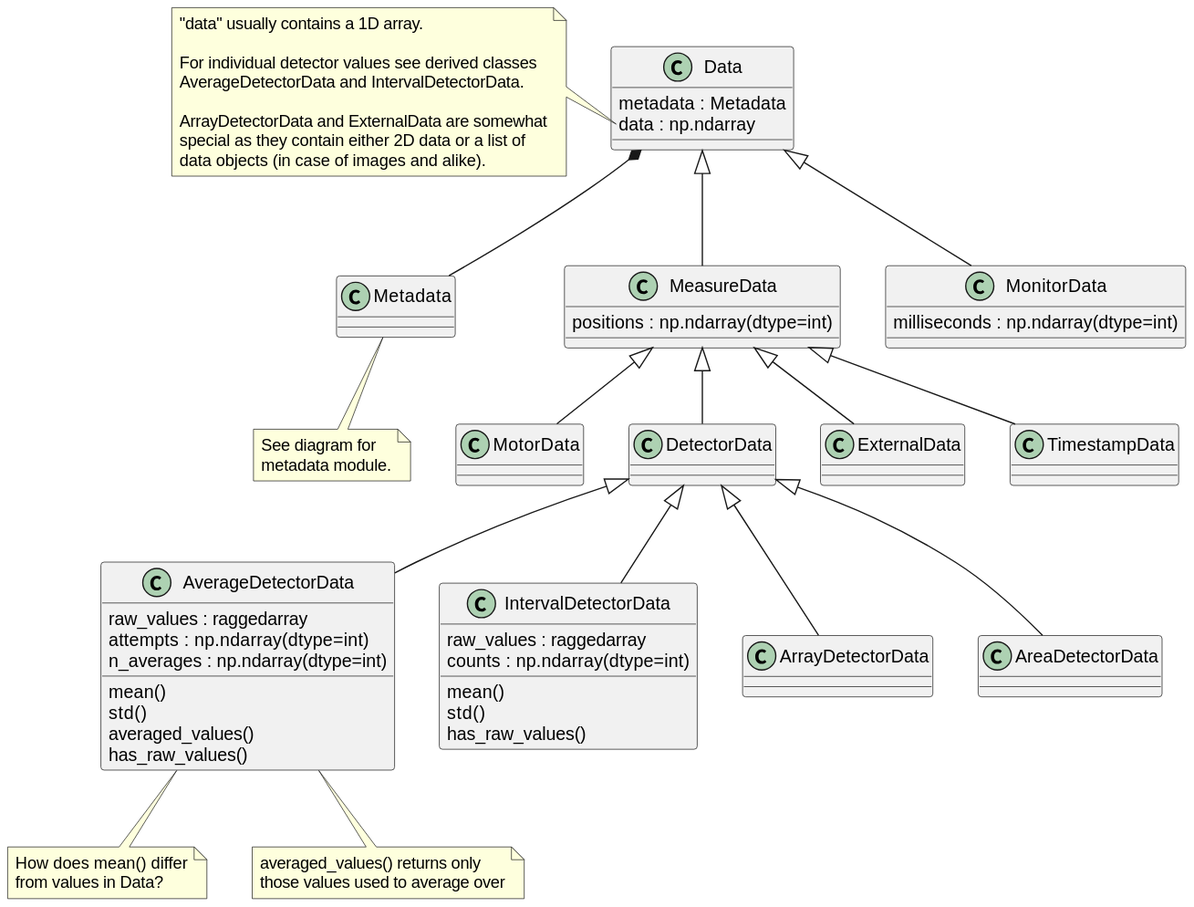
tillbiskup/evedata keeps this PlantUML diagram as docs/uml/evedata.evefile.data.svg. Above is the earlier version.
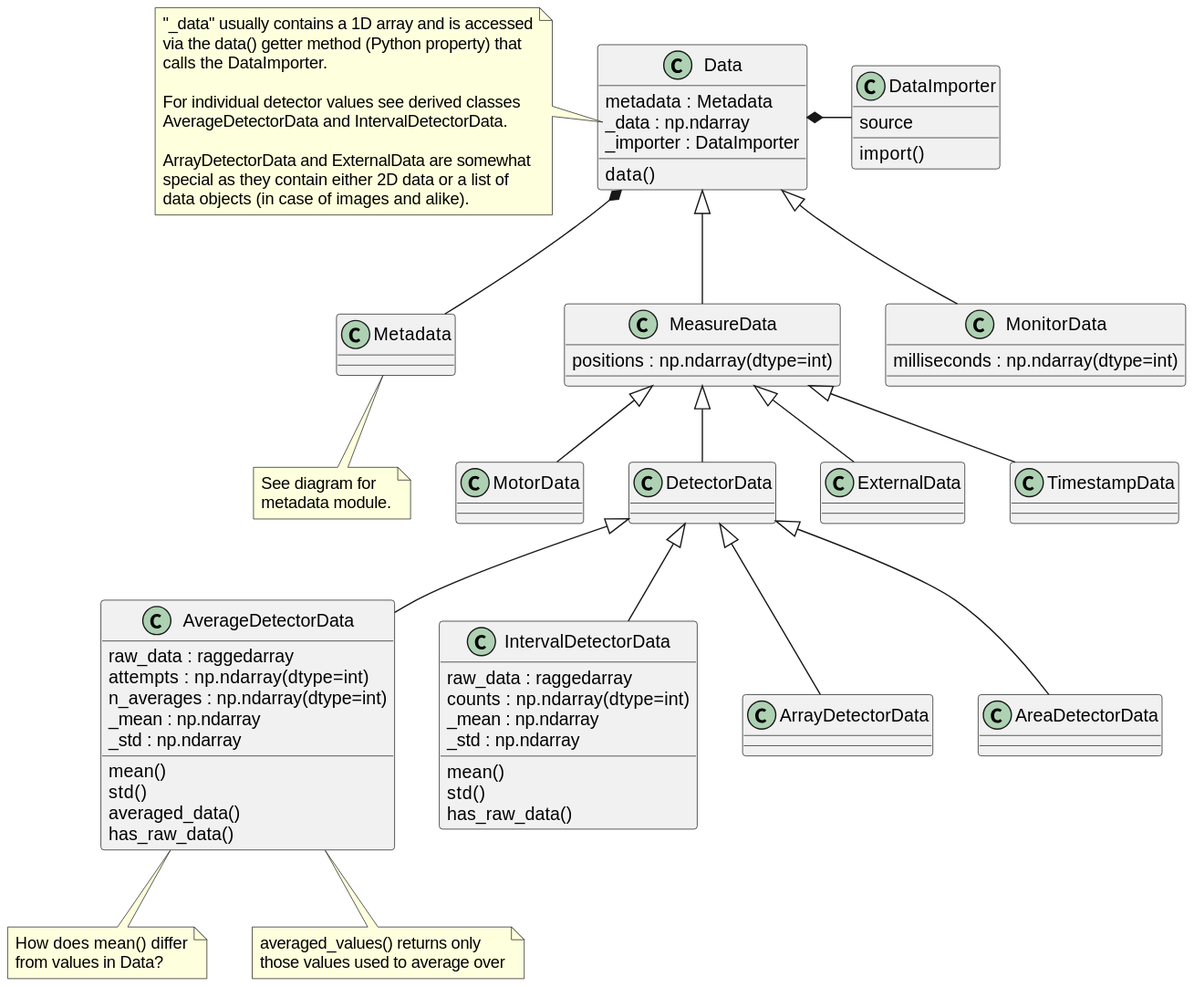
The same diagram one commit later.

Commit message:
Add DataImporter to evefile.data UML diagram

The edit, as a diff of the source:
```diff
@@ -2,10 +2,14 @@
 
 class Data {
     metadata : Metadata
-    data : np.ndarray
+    _data : np.ndarray
+    _importer : DataImporter
+    data()
 }
-note left of Data::data
-    "data" usually contains a 1D array.
+note left of Data::_data
+    "_data" usually contains a 1D array and is accessed
+    via the data() getter method (Python property) that
+    calls the DataImporter.
 
     For individual detector values see derived classes
     AverageDetectorData and IntervalDetectorData.
@@ -15,9 +19,17 @@
     data objects (in case of images and alike).
 end note
 
+class DataImporter {
+    source
+    import()
+}
+
 class Metadata {
 }
 note bottom: See diagram for\nmetadata module.
+
+Data *- DataImporter
+Data *-- Metadata
 
 class MeasureData extends Data {
     {field} positions : np.ndarray(dtype=int)
@@ -39,23 +51,27 @@
 }
 
 class AverageDetectorData extends DetectorData {
-    raw_values : raggedarray
+    raw_data : raggedarray
     {field} attempts : np.ndarray(dtype=int)
     {field} n_averages : np.ndarray(dtype=int)
+    _mean : np.ndarray
+    _std : np.ndarray
     mean()
     std()
-    averaged_values()
-    has_raw_values()
+    averaged_data()
+    has_raw_data()
 }
 note bottom: How does mean() differ\nfrom values in Data?
 note bottom of AverageDetectorData: averaged_values() returns only\nthose values used to average over
 
 class IntervalDetectorData extends DetectorData {
-    raw_values : raggedarray
+    raw_data : raggedarray
     {field} counts : np.ndarray(dtype=int)
+    _mean : np.ndarray
+    _std : np.ndarray
     mean()
     std()
-    has_raw_values()
+    has_raw_data()
 }
 
 class ArrayDetectorData extends DetectorData {
@@ -63,6 +79,4 @@
 
 class AreaDetectorData extends DetectorData {
 }
-
-Data *-- Metadata
 @enduml
```
